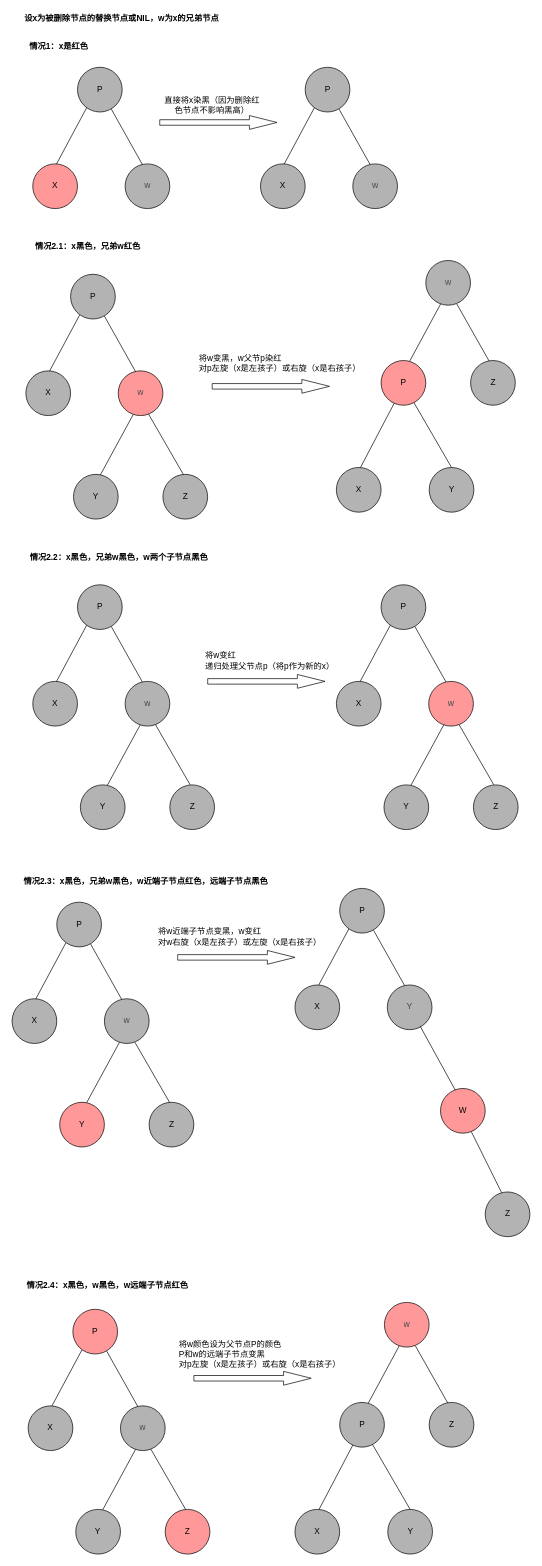
Above: algorithm_diagram/红黑树删除.drawio in abigalexy/online_drawing (draw.io), before the change. Source tidied: cells renumbered, new cells numbered last; positions are measured from the earlier drawing's top-left corner, leaving out a move shared by most shapes. Both pictures are drawn from the tidied source at 69%, with x=0, y=0 at pixel (12, 12).
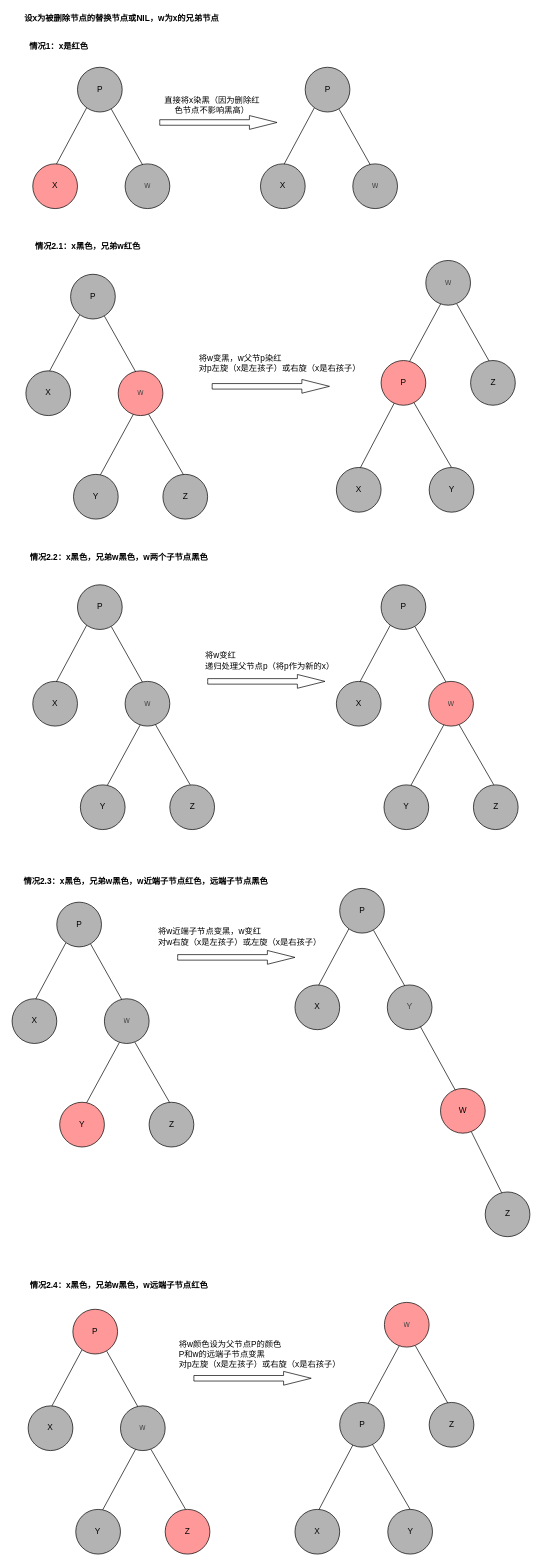
After the change.

Commit message:
更新红黑树删除.drawio

What changed in the source:
```diff
@@
-    <mxCell id="88" value="&lt;b&gt;情况2.4：x黑色，w黑色，w远端子节点红色&lt;/b&gt;" style="text;strokeColor=none;align=center;fillColor=none;html=1;verticalAlign=middle;whiteSpace=wrap;rounded=0;" parent="1" vertex="1">
-      <mxGeometry x="20" y="1830" width="236.5" height="30" as="geometry" />
+    <mxCell id="88" value="&lt;b&gt;情况2.4：x黑色，兄弟w黑色，w远端子节点红色&lt;/b&gt;" style="text;strokeColor=none;align=center;fillColor=none;html=1;verticalAlign=middle;whiteSpace=wrap;rounded=0;" parent="1" vertex="1">
+      <mxGeometry x="20" y="1830" width="270" height="30" as="geometry" />
     </mxCell>
```
